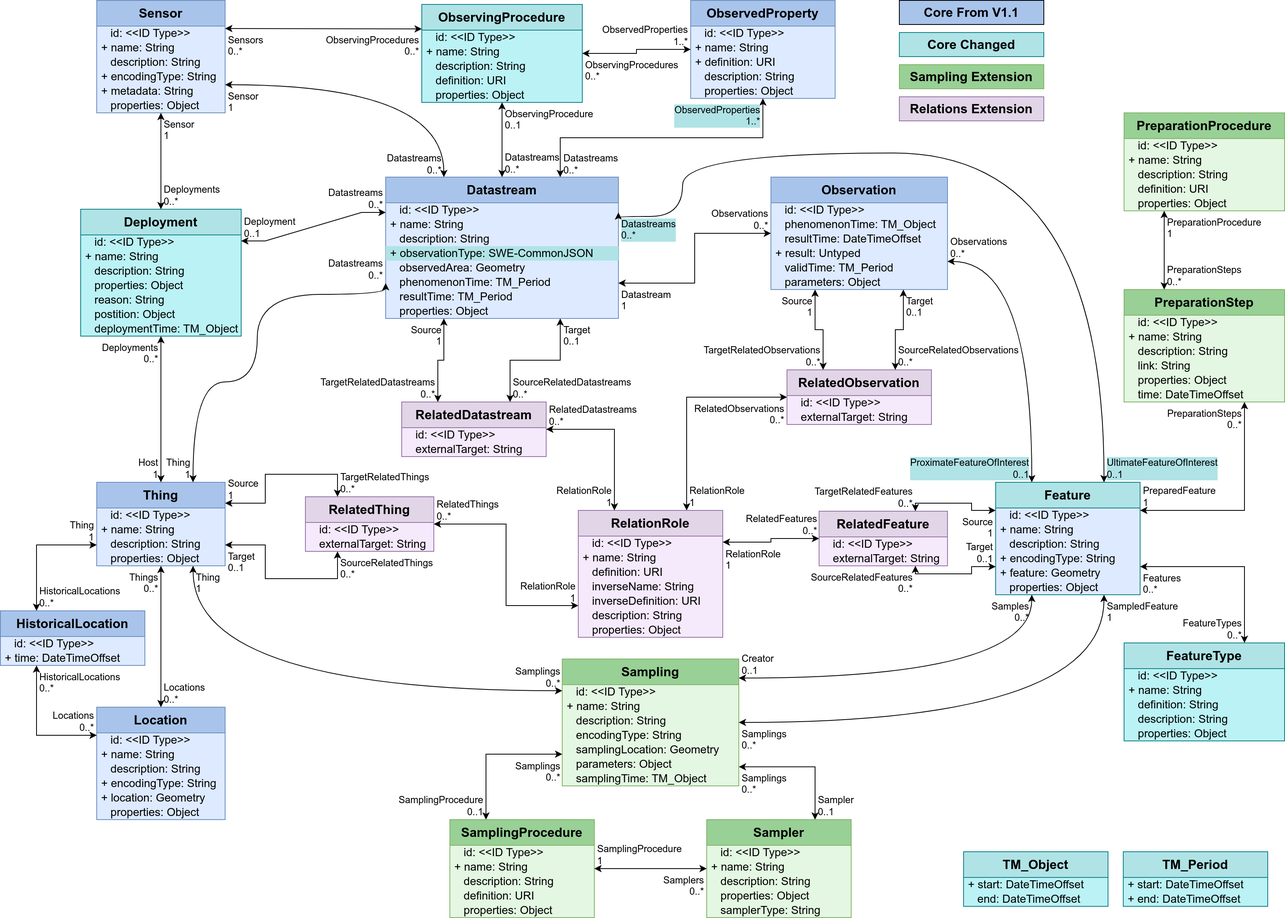
Earlier version of the draw.io export figures/Datamodel-SensorThingsApi-V2-proposal-1.drawio.png (opengeospatial/sensorthings). Source tidied: cells renumbered, new cells last; positions are measured from the earlier drawing's top-left corner, leaving out a move shared by most shapes.
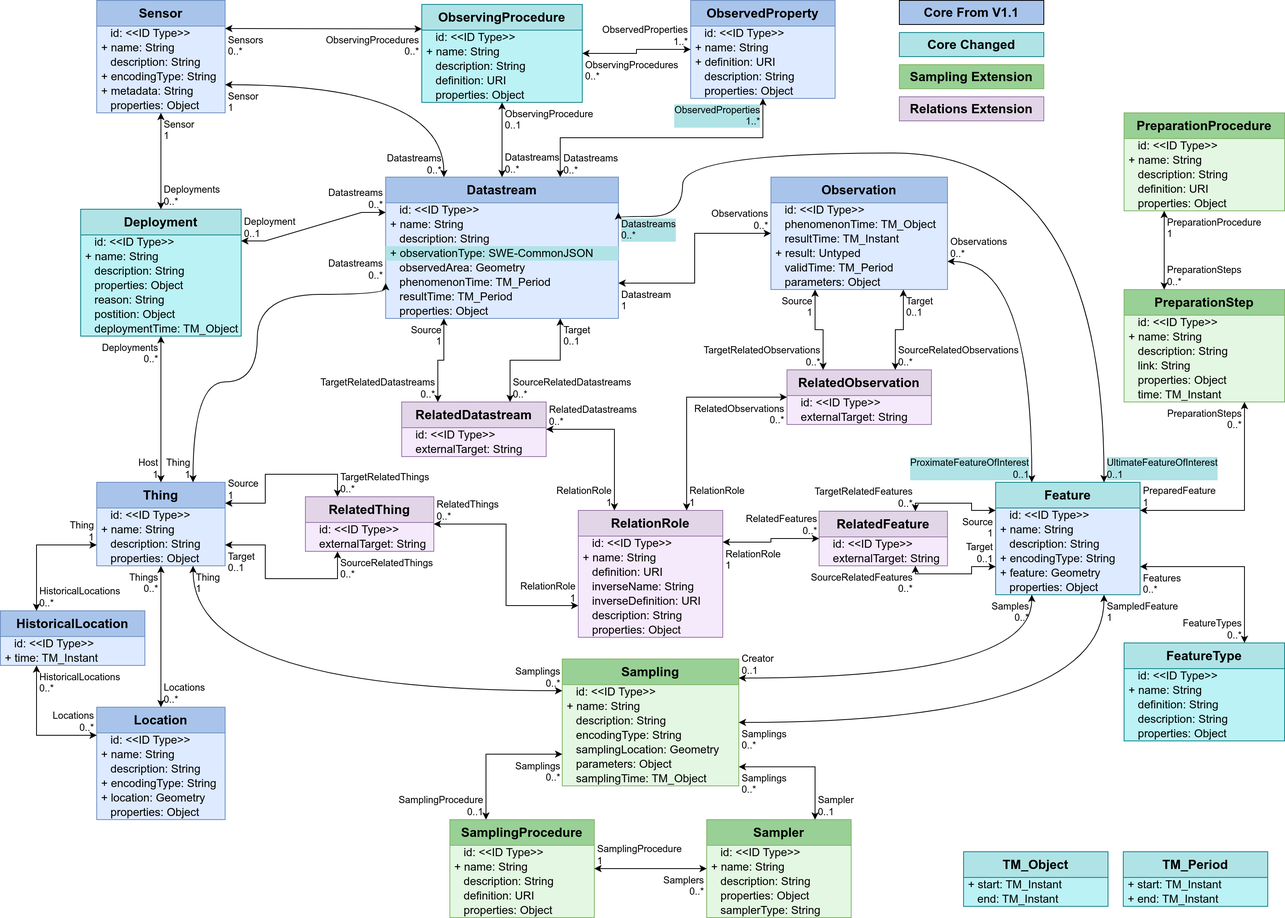
The same diagram one commit later.

Commit message:
Fixed time instants in model image

What changed in the source:
```diff
@@ -122,7 +122,7 @@
     <mxCell id="39" value="&amp;nbsp;&amp;nbsp;&amp;nbsp;id: &amp;lt;&amp;lt;ID Type&amp;gt;&amp;gt;" style="text;strokeColor=none;fillColor=none;align=left;verticalAlign=middle;spacingLeft=4;spacingRight=4;overflow=visible;html=1;fontSize=14;" parent="38" vertex="1">
       <mxGeometry y="32" width="180" height="18" as="geometry" />
     </mxCell>
-    <mxCell id="40" value="+ time: DateTimeOffset" style="text;strokeColor=none;fillColor=none;align=left;verticalAlign=middle;spacingLeft=4;spacingRight=4;overflow=visible;html=1;fontSize=14;" parent="38" vertex="1">
+    <mxCell id="40" value="+ time: TM_Instant" style="text;strokeColor=none;fillColor=none;align=left;verticalAlign=middle;spacingLeft=4;spacingRight=4;overflow=visible;html=1;fontSize=14;" parent="38" vertex="1">
       <mxGeometry y="50" width="180" height="18" as="geometry" />
     </mxCell>
     <mxCell id="41" value="Location" style="swimlane;fontStyle=1;horizontal=1;startSize=32;fontSize=16;whiteSpace=wrap;html=1;fillColor=#A9C4EB;strokeColor=#6c8ebf;swimlaneFillColor=#DDEAFF;verticalAlign=top;" parent="1" vertex="1">
@@ -164,7 +164,7 @@
     <mxCell id="53" value="&amp;nbsp;&amp;nbsp;&amp;nbsp;phenomenonTime: TM_Object" style="text;strokeColor=none;fillColor=none;align=left;verticalAlign=middle;spacingLeft=4;spacingRight=4;overflow=visible;html=1;fontSize=14;" parent="51" vertex="1">
       <mxGeometry y="50" width="220" height="18" as="geometry" />
     </mxCell>
-    <mxCell id="54" value="&amp;nbsp;&amp;nbsp;&amp;nbsp;resultTime: DateTimeOffset" style="text;strokeColor=none;fillColor=none;align=left;verticalAlign=middle;spacingLeft=4;spacingRight=4;overflow=visible;html=1;fontSize=14;" parent="51" vertex="1">
+    <mxCell id="54" value="&amp;nbsp;&amp;nbsp;&amp;nbsp;resultTime: TM_Instant" style="text;strokeColor=none;fillColor=none;align=left;verticalAlign=middle;spacingLeft=4;spacingRight=4;overflow=visible;html=1;fontSize=14;" parent="51" vertex="1">
       <mxGeometry y="68" width="220" height="18" as="geometry" />
     </mxCell>
     <mxCell id="55" value="+ result: Untyped" style="text;strokeColor=none;fillColor=none;align=left;verticalAlign=middle;spacingLeft=4;spacingRight=4;overflow=visible;html=1;fontSize=14;" parent="51" vertex="1">
@@ -284,7 +284,7 @@
     <mxCell id="93" value="&amp;nbsp;&amp;nbsp;&amp;nbsp;properties: Object" style="text;strokeColor=none;fillColor=none;align=left;verticalAlign=middle;spacingLeft=4;spacingRight=4;overflow=visible;html=1;fontSize=14;" parent="88" vertex="1">
       <mxGeometry y="104" width="200" height="18" as="geometry" />
     </mxCell>
-    <mxCell id="94" value="&amp;nbsp;&amp;nbsp;&amp;nbsp;time: DateTimeOffset" style="text;strokeColor=none;fillColor=none;align=left;verticalAlign=middle;spacingLeft=4;spacingRight=4;overflow=visible;html=1;fontSize=14;" parent="88" vertex="1">
+    <mxCell id="94" value="&amp;nbsp;&amp;nbsp;&amp;nbsp;time: TM_Instant" style="text;strokeColor=none;fillColor=none;align=left;verticalAlign=middle;spacingLeft=4;spacingRight=4;overflow=visible;html=1;fontSize=14;" parent="88" vertex="1">
       <mxGeometry y="122" width="200" height="18" as="geometry" />
     </mxCell>
     <mxCell id="95" style="endArrow=classic;startArrow=classic;html=1;rounded=0;entryX=1;entryY=0.25;entryDx=0;entryDy=0;edgeStyle=orthogonalEdgeStyle;exitX=0.75;exitY=1;exitDx=0;exitDy=0;" parent="1" edge="1" source="88" target="19">
@@ -701,19 +701,19 @@
     <mxCell id="228" value="TM_Period" style="swimlane;fontStyle=1;horizontal=1;startSize=32;fontSize=16;whiteSpace=wrap;html=1;fillColor=#b0e3e6;strokeColor=#0e8088;swimlaneFillColor=#BBF2F5;verticalAlign=top;" parent="1" vertex="1">
       <mxGeometry x="1399" y="1060" width="180" height="68" as="geometry" />
     </mxCell>
-    <mxCell id="229" value="+ start: DateTimeOffset" style="text;strokeColor=none;fillColor=none;align=left;verticalAlign=middle;spacingLeft=4;spacingRight=4;overflow=visible;html=1;fontSize=14;" parent="228" vertex="1">
+    <mxCell id="229" value="+ start: TM_Instant" style="text;strokeColor=none;fillColor=none;align=left;verticalAlign=middle;spacingLeft=4;spacingRight=4;overflow=visible;html=1;fontSize=14;" parent="228" vertex="1">
       <mxGeometry y="32" width="180" height="18" as="geometry" />
     </mxCell>
-    <mxCell id="230" value="+ end: DateTimeOffset" style="text;strokeColor=none;fillColor=none;align=left;verticalAlign=middle;spacingLeft=4;spacingRight=4;overflow=visible;html=1;fontSize=14;" parent="228" vertex="1">
+    <mxCell id="230" value="+ end: TM_Instant" style="text;strokeColor=none;fillColor=none;align=left;verticalAlign=middle;spacingLeft=4;spacingRight=4;overflow=visible;html=1;fontSize=14;" parent="228" vertex="1">
       <mxGeometry y="50" width="180" height="18" as="geometry" />
     </mxCell>
     <mxCell id="231" value="TM_Object" style="swimlane;fontStyle=1;horizontal=1;startSize=32;fontSize=16;whiteSpace=wrap;html=1;fillColor=#b0e3e6;strokeColor=#0e8088;swimlaneFillColor=#BBF2F5;verticalAlign=top;" parent="1" vertex="1">
       <mxGeometry x="1200" y="1060" width="180" height="68" as="geometry" />
     </mxCell>
-    <mxCell id="232" value="+ start: DateTimeOffset" style="text;strokeColor=none;fillColor=none;align=left;verticalAlign=middle;spacingLeft=4;spacingRight=4;overflow=visible;html=1;fontSize=14;" parent="231" vertex="1">
+    <mxCell id="232" value="+ start: TM_Instant" style="text;strokeColor=none;fillColor=none;align=left;verticalAlign=middle;spacingLeft=4;spacingRight=4;overflow=visible;html=1;fontSize=14;" parent="231" vertex="1">
       <mxGeometry y="32" width="180" height="18" as="geometry" />
     </mxCell>
-    <mxCell id="233" value="&amp;nbsp;&amp;nbsp;&amp;nbsp;end: DateTimeOffset" style="text;strokeColor=none;fillColor=none;align=left;verticalAlign=middle;spacingLeft=4;spacingRight=4;overflow=visible;html=1;fontSize=14;" parent="231" vertex="1">
+    <mxCell id="233" value="&amp;nbsp;&amp;nbsp;&amp;nbsp;end: TM_Instant" style="text;strokeColor=none;fillColor=none;align=left;verticalAlign=middle;spacingLeft=4;spacingRight=4;overflow=visible;html=1;fontSize=14;" parent="231" vertex="1">
       <mxGeometry y="50" width="180" height="18" as="geometry" />
     </mxCell>
     <mxCell id="234" style="endArrow=classic;startArrow=classic;html=1;rounded=0;exitX=1;exitY=0.25;exitDx=0;exitDy=0;entryX=0;entryY=0.25;entryDx=0;entryDy=0;edgeStyle=entityRelationEdgeStyle;" parent="1" edge="1" source="11" target="2">
```
